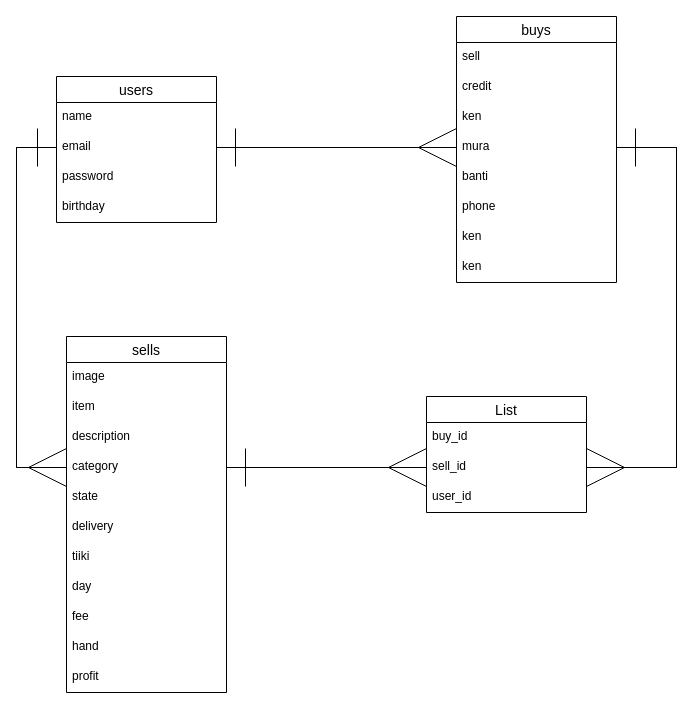
This is README.dio from oomugiwakaba/furima-34024, a draw.io file, before an edit. Source tidied: cells renumbered, new cells numbered last; positions are measured from the earlier drawing's top-left corner, leaving out a move shared by most shapes. Both pictures are drawn from the tidied source at 100%, with x=0, y=0 at pixel (16, 16).
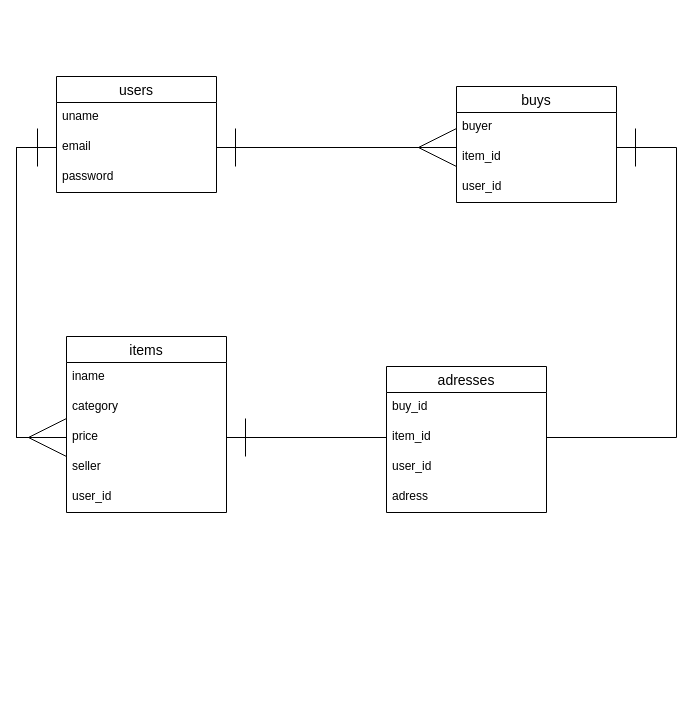
After the change.

The change refers to these unchanged cells:
```xml
<mxCell id="4" value="email" style="text;strokeColor=none;fillColor=none;spacingLeft=4;spacingRight=4;overflow=hidden;points=[[0,0.5],[1,0.5]];portConstraint=eastwest;fontSize=12;" parent="2" vertex="1">
  <mxGeometry y="56" width="160" height="30" as="geometry" />
</mxCell>
```

Diff of the diagram source:
```diff
@@
     <mxCell id="2" value="users" style="swimlane;fontStyle=0;horizontal=1;startSize=26;align=center;fontSize=14;" parent="1" vertex="1">
-      <mxGeometry x="40" y="60" width="160" height="146" as="geometry" />
+      <mxGeometry x="40" y="60" width="160" height="116" as="geometry" />
     </mxCell>
-    <mxCell id="3" value="name" style="text;strokeColor=none;fillColor=none;spacingLeft=4;spacingRight=4;overflow=hidden;fontSize=12;" parent="2" vertex="1">
+    <mxCell id="3" value="uname" style="text;strokeColor=none;fillColor=none;spacingLeft=4;spacingRight=4;overflow=hidden;fontSize=12;" parent="2" vertex="1">
       <mxGeometry y="26" width="160" height="30" as="geometry" />
     </mxCell>
@@
-    <mxCell id="6" value="birthday" style="text;strokeColor=none;fillColor=none;spacingLeft=4;spacingRight=4;overflow=hidden;fontSize=12;" parent="2" vertex="1">
-      <mxGeometry y="116" width="160" height="30" as="geometry" />
-    </mxCell>
     <mxCell id="7" value="buys" style="swimlane;fontStyle=0;horizontal=1;startSize=26;align=center;fontSize=14;" parent="1" vertex="1">
-      <mxGeometry x="440" width="160" height="266" as="geometry" />
+      <mxGeometry x="440" y="70" width="160" height="116" as="geometry" />
     </mxCell>
-    <mxCell id="8" value="sell" style="text;strokeColor=none;fillColor=none;spacingLeft=4;spacingRight=4;overflow=hidden;fontSize=12;" parent="7" vertex="1">
+    <mxCell id="8" value="buyer" style="text;strokeColor=none;fillColor=none;spacingLeft=4;spacingRight=4;overflow=hidden;fontSize=12;" parent="7" vertex="1">
       <mxGeometry y="26" width="160" height="30" as="geometry" />
     </mxCell>
-    <mxCell id="9" value="credit" style="text;strokeColor=none;fillColor=none;spacingLeft=4;spacingRight=4;overflow=hidden;fontSize=12;" parent="7" vertex="1">
-      <mxGeometry y="56" width="160" height="30" as="geometry" />
-    </mxCell>
-    <mxCell id="10" value="ken" style="text;strokeColor=none;fillColor=none;spacingLeft=4;spacingRight=4;overflow=hidden;fontSize=12;" parent="7" vertex="1">
-      <mxGeometry y="86" width="160" height="30" as="geometry" />
-    </mxCell>
-    <mxCell id="11" value="mura" style="text;strokeColor=none;fillColor=none;spacingLeft=4;spacingRight=4;overflow=hidden;points=[[0,0.5],[1,0.5]];portConstraint=eastwest;fontSize=12;" parent="7" vertex="1">
-      <mxGeometry y="116" width="160" height="30" as="geometry" />
-    </mxCell>
-    <mxCell id="12" value="banti" style="text;strokeColor=none;fillColor=none;spacingLeft=4;spacingRight=4;overflow=hidden;fontSize=12;" parent="7" vertex="1">
-      <mxGeometry y="146" width="160" height="30" as="geometry" />
-    </mxCell>
-    <mxCell id="13" value="phone" style="text;strokeColor=none;fillColor=none;spacingLeft=4;spacingRight=4;overflow=hidden;fontSize=12;" parent="7" vertex="1">
-      <mxGeometry y="176" width="160" height="30" as="geometry" />
-    </mxCell>
-    <mxCell id="14" value="ken" style="text;strokeColor=none;fillColor=none;spacingLeft=4;spacingRight=4;overflow=hidden;fontSize=12;" parent="7" vertex="1">
-      <mxGeometry y="206" width="160" height="30" as="geometry" />
+    <mxCell id="14" value="item_id" style="text;strokeColor=none;fillColor=none;spacingLeft=4;spacingRight=4;overflow=hidden;fontSize=12;" parent="7" vertex="1">
+      <mxGeometry y="56" width="160" height="30" as="geometry" />
     </mxCell>
-    <mxCell id="15" value="ken" style="text;strokeColor=none;fillColor=none;spacingLeft=4;spacingRight=4;overflow=hidden;fontSize=12;" parent="7" vertex="1">
-      <mxGeometry y="236" width="160" height="30" as="geometry" />
-    </mxCell>
+    <mxCell id="40" value="user_id" style="text;strokeColor=none;fillColor=none;spacingLeft=4;spacingRight=4;overflow=hidden;fontSize=12;" parent="7" vertex="1">
+      <mxGeometry y="86" width="160" height="30" as="geometry" />
+    </mxCell>
-    <mxCell id="16" value="sells" style="swimlane;fontStyle=0;horizontal=1;startSize=26;align=center;fontSize=14;" parent="1" vertex="1">
-      <mxGeometry x="50" y="320" width="160" height="356" as="geometry" />
+    <mxCell id="16" value="items" style="swimlane;fontStyle=0;horizontal=1;startSize=26;align=center;fontSize=14;" parent="1" vertex="1">
+      <mxGeometry x="50" y="320" width="160" height="176" as="geometry" />
     </mxCell>
-    <mxCell id="17" value="image" style="text;strokeColor=none;fillColor=none;spacingLeft=4;spacingRight=4;overflow=hidden;fontSize=12;" parent="16" vertex="1">
-      <mxGeometry y="26" width="160" height="30" as="geometry" />
-    </mxCell>
-    <mxCell id="18" value="item" style="text;strokeColor=none;fillColor=none;spacingLeft=4;spacingRight=4;overflow=hidden;fontSize=12;" parent="16" vertex="1">
-      <mxGeometry y="56" width="160" height="30" as="geometry" />
+    <mxCell id="18" value="iname" style="text;strokeColor=none;fillColor=none;spacingLeft=4;spacingRight=4;overflow=hidden;fontSize=12;" parent="16" vertex="1">
+      <mxGeometry y="26" width="160" height="30" as="geometry" />
     </mxCell>
-    <mxCell id="19" value="description" style="text;strokeColor=none;fillColor=none;spacingLeft=4;spacingRight=4;overflow=hidden;fontSize=12;" parent="16" vertex="1">
-      <mxGeometry y="86" width="160" height="30" as="geometry" />
-    </mxCell>
     <mxCell id="20" value="category" style="text;strokeColor=none;fillColor=none;spacingLeft=4;spacingRight=4;overflow=hidden;points=[[0,0.5],[1,0.5]];portConstraint=eastwest;fontSize=12;" parent="16" vertex="1">
-      <mxGeometry y="116" width="160" height="30" as="geometry" />
+      <mxGeometry y="56" width="160" height="30" as="geometry" />
     </mxCell>
-    <mxCell id="21" value="state" style="text;strokeColor=none;fillColor=none;spacingLeft=4;spacingRight=4;overflow=hidden;fontSize=12;" parent="16" vertex="1">
-      <mxGeometry y="146" width="160" height="30" as="geometry" />
-    </mxCell>
-    <mxCell id="22" value="delivery" style="text;strokeColor=none;fillColor=none;spacingLeft=4;spacingRight=4;overflow=hidden;fontSize=12;" parent="16" vertex="1">
-      <mxGeometry y="176" width="160" height="30" as="geometry" />
-    </mxCell>
-    <mxCell id="23" value="tiiki" style="text;strokeColor=none;fillColor=none;spacingLeft=4;spacingRight=4;overflow=hidden;fontSize=12;" parent="16" vertex="1">
-      <mxGeometry y="206" width="160" height="30" as="geometry" />
-    </mxCell>
-    <mxCell id="24" value="day" style="text;strokeColor=none;fillColor=none;spacingLeft=4;spacingRight=4;overflow=hidden;fontSize=12;" parent="16" vertex="1">
-      <mxGeometry y="236" width="160" height="30" as="geometry" />
-    </mxCell>
-    <mxCell id="25" value="fee" style="text;strokeColor=none;fillColor=none;spacingLeft=4;spacingRight=4;overflow=hidden;fontSize=12;" parent="16" vertex="1">
-      <mxGeometry y="266" width="160" height="30" as="geometry" />
-    </mxCell>
-    <mxCell id="26" value="hand" style="text;strokeColor=none;fillColor=none;spacingLeft=4;spacingRight=4;overflow=hidden;fontSize=12;" parent="16" vertex="1">
-      <mxGeometry y="296" width="160" height="30" as="geometry" />
-    </mxCell>
-    <mxCell id="27" value="profit" style="text;strokeColor=none;fillColor=none;spacingLeft=4;spacingRight=4;overflow=hidden;fontSize=12;" parent="16" vertex="1">
-      <mxGeometry y="326" width="160" height="30" as="geometry" />
-    </mxCell>
+    <mxCell id="41" value="price" style="text;strokeColor=none;fillColor=none;spacingLeft=4;spacingRight=4;overflow=hidden;fontSize=12;" parent="16" vertex="1">
+      <mxGeometry y="86" width="160" height="30" as="geometry" />
+    </mxCell>
+    <mxCell id="42" value="seller" style="text;strokeColor=none;fillColor=none;spacingLeft=4;spacingRight=4;overflow=hidden;fontSize=12;" parent="16" vertex="1">
+      <mxGeometry y="116" width="160" height="30" as="geometry" />
+    </mxCell>
+    <mxCell id="43" value="user_id" style="text;strokeColor=none;fillColor=none;spacingLeft=4;spacingRight=4;overflow=hidden;fontSize=12;" parent="16" vertex="1">
+      <mxGeometry y="146" width="160" height="30" as="geometry" />
+    </mxCell>
-    <mxCell id="28" value="List" style="swimlane;fontStyle=0;horizontal=1;startSize=26;align=center;fontSize=14;" parent="1" vertex="1">
-      <mxGeometry x="410" y="380" width="160" height="116" as="geometry" />
+    <mxCell id="28" value="adresses" style="swimlane;fontStyle=0;horizontal=1;startSize=26;align=center;fontSize=14;" parent="1" vertex="1">
+      <mxGeometry x="370" y="350" width="160" height="146" as="geometry" />
     </mxCell>
@@
-    <mxCell id="30" value="sell_id" style="text;strokeColor=none;fillColor=none;spacingLeft=4;spacingRight=4;overflow=hidden;points=[[0,0.5],[1,0.5]];portConstraint=eastwest;fontSize=12;" parent="28" vertex="1">
+    <mxCell id="30" value="item_id" style="text;strokeColor=none;fillColor=none;spacingLeft=4;spacingRight=4;overflow=hidden;points=[[0,0.5],[1,0.5]];portConstraint=eastwest;fontSize=12;" parent="28" vertex="1">
       <mxGeometry y="56" width="160" height="30" as="geometry" />
     </mxCell>
@@
+    <mxCell id="44" value="adress" style="text;strokeColor=none;fillColor=none;spacingLeft=4;spacingRight=4;overflow=hidden;fontSize=12;" parent="28" vertex="1">
+      <mxGeometry y="116" width="160" height="30" as="geometry" />
+    </mxCell>
-    <mxCell id="32" style="edgeStyle=orthogonalEdgeStyle;rounded=0;jettySize=auto;html=1;exitX=1;exitY=0.5;exitDx=0;exitDy=0;entryX=0;entryY=0.5;entryDx=0;entryDy=0;endArrow=ERmany;endFill=0;startSize=6;endSize=36;" parent="1" edge="1" source="4" target="11">
-      <mxGeometry relative="1" as="geometry" />
+    <mxCell id="32" style="edgeStyle=orthogonalEdgeStyle;rounded=0;jettySize=auto;html=1;exitX=1;exitY=0.5;exitDx=0;exitDy=0;endArrow=ERmany;endFill=0;startSize=6;endSize=36;" parent="1" edge="1" source="4">
+      <mxGeometry relative="1" as="geometry">
+        <mxPoint x="440" y="131" as="targetPoint" />
+        <Array as="points">
+          <mxPoint x="440" y="131" />
+        </Array>
+      </mxGeometry>
     </mxCell>
-    <mxCell id="33" style="edgeStyle=orthogonalEdgeStyle;rounded=0;jettySize=auto;html=1;exitX=1;exitY=0.5;exitDx=0;exitDy=0;entryX=1;entryY=0.5;entryDx=0;entryDy=0;startSize=6;endArrow=ERmany;endFill=0;endSize=36;" parent="1" edge="1" source="11" target="30">
-      <mxGeometry relative="1" as="geometry">
-        <Array as="points">
-          <mxPoint x="660" y="131" />
-          <mxPoint x="660" y="451" />
-        </Array>
-      </mxGeometry>
-    </mxCell>
-    <mxCell id="34" style="edgeStyle=orthogonalEdgeStyle;rounded=0;jettySize=auto;html=1;exitX=1;exitY=0.5;exitDx=0;exitDy=0;entryX=0;entryY=0.5;entryDx=0;entryDy=0;startSize=6;endArrow=ERmany;endFill=0;endSize=36;" parent="1" edge="1" source="20" target="30">
-      <mxGeometry relative="1" as="geometry" />
-    </mxCell>
-    <mxCell id="35" style="edgeStyle=orthogonalEdgeStyle;rounded=0;jettySize=auto;html=1;exitX=0;exitY=0.5;exitDx=0;exitDy=0;entryX=0;entryY=0.5;entryDx=0;entryDy=0;startSize=6;endArrow=ERmany;endFill=0;endSize=36;" parent="1" edge="1" source="4" target="20">
+    <mxCell id="35" style="edgeStyle=orthogonalEdgeStyle;rounded=0;jettySize=auto;html=1;exitX=0;exitY=0.5;exitDx=0;exitDy=0;startSize=6;endArrow=ERmany;endFill=0;endSize=36;" parent="1" edge="1" source="4">
       <mxGeometry relative="1" as="geometry">
+        <mxPoint x="50" y="421" as="targetPoint" />
         <Array as="points">
           <mxPoint y="131" />
-          <mxPoint y="451" />
+          <mxPoint y="421" />
         </Array>
       </mxGeometry>
     </mxCell>
-    <mxCell id="36" style="edgeStyle=orthogonalEdgeStyle;rounded=0;jettySize=auto;html=1;exitX=0;exitY=0.5;exitDx=0;exitDy=0;entryX=1;entryY=0.5;entryDx=0;entryDy=0;startSize=6;endArrow=ERone;endFill=0;endSize=36;" parent="1" edge="1" source="30" target="20">
-      <mxGeometry relative="1" as="geometry" />
+    <mxCell id="36" style="edgeStyle=orthogonalEdgeStyle;rounded=0;jettySize=auto;html=1;exitX=0;exitY=0.5;exitDx=0;exitDy=0;startSize=6;endArrow=ERone;endFill=0;endSize=36;" parent="1" edge="1" source="30">
+      <mxGeometry relative="1" as="geometry">
+        <mxPoint x="210" y="421" as="targetPoint" />
+        <Array as="points">
+          <mxPoint x="210" y="421" />
+        </Array>
+      </mxGeometry>
     </mxCell>
-    <mxCell id="37" style="edgeStyle=orthogonalEdgeStyle;rounded=0;jettySize=auto;html=1;exitX=1;exitY=0.5;exitDx=0;exitDy=0;entryX=1;entryY=0.5;entryDx=0;entryDy=0;startSize=6;endArrow=ERone;endFill=0;endSize=36;" parent="1" edge="1" source="30" target="11">
+    <mxCell id="37" style="edgeStyle=orthogonalEdgeStyle;rounded=0;jettySize=auto;html=1;exitX=1;exitY=0.5;exitDx=0;exitDy=0;startSize=6;endArrow=ERone;endFill=0;endSize=36;" parent="1" edge="1" source="30">
       <mxGeometry relative="1" as="geometry">
+        <mxPoint x="600" y="131" as="targetPoint" />
         <Array as="points">
-          <mxPoint x="660" y="451" />
+          <mxPoint x="660" y="421" />
           <mxPoint x="660" y="131" />
         </Array>
       </mxGeometry>
     </mxCell>
-    <mxCell id="38" style="edgeStyle=orthogonalEdgeStyle;rounded=0;jettySize=auto;html=1;exitX=0;exitY=0.5;exitDx=0;exitDy=0;entryX=1;entryY=0.5;entryDx=0;entryDy=0;startSize=6;endArrow=ERone;endFill=0;endSize=36;" parent="1" edge="1" source="11" target="4">
-      <mxGeometry relative="1" as="geometry" />
+    <mxCell id="38" style="edgeStyle=orthogonalEdgeStyle;rounded=0;jettySize=auto;html=1;exitX=0;exitY=0.5;exitDx=0;exitDy=0;entryX=1;entryY=0.5;entryDx=0;entryDy=0;startSize=6;endArrow=ERone;endFill=0;endSize=36;" parent="1" edge="1" target="4">
+      <mxGeometry relative="1" as="geometry">
+        <mxPoint x="440" y="101" as="sourcePoint" />
+        <Array as="points">
+          <mxPoint x="440" y="131" />
+        </Array>
+      </mxGeometry>
     </mxCell>
-    <mxCell id="39" style="edgeStyle=orthogonalEdgeStyle;rounded=0;jettySize=auto;html=1;exitX=0;exitY=0.5;exitDx=0;exitDy=0;entryX=0;entryY=0.5;entryDx=0;entryDy=0;startSize=6;endArrow=ERone;endFill=0;endSize=36;" parent="1" edge="1" source="20" target="4">
+    <mxCell id="39" style="edgeStyle=orthogonalEdgeStyle;rounded=0;jettySize=auto;html=1;entryX=0;entryY=0.5;entryDx=0;entryDy=0;startSize=6;endArrow=ERone;endFill=0;endSize=36;" parent="1" edge="1" target="4">
       <mxGeometry relative="1" as="geometry">
+        <mxPoint x="50" y="421" as="sourcePoint" />
         <Array as="points">
-          <mxPoint y="451" />
+          <mxPoint y="421" />
           <mxPoint y="131" />
         </Array>
       </mxGeometry>
     </mxCell>
```
